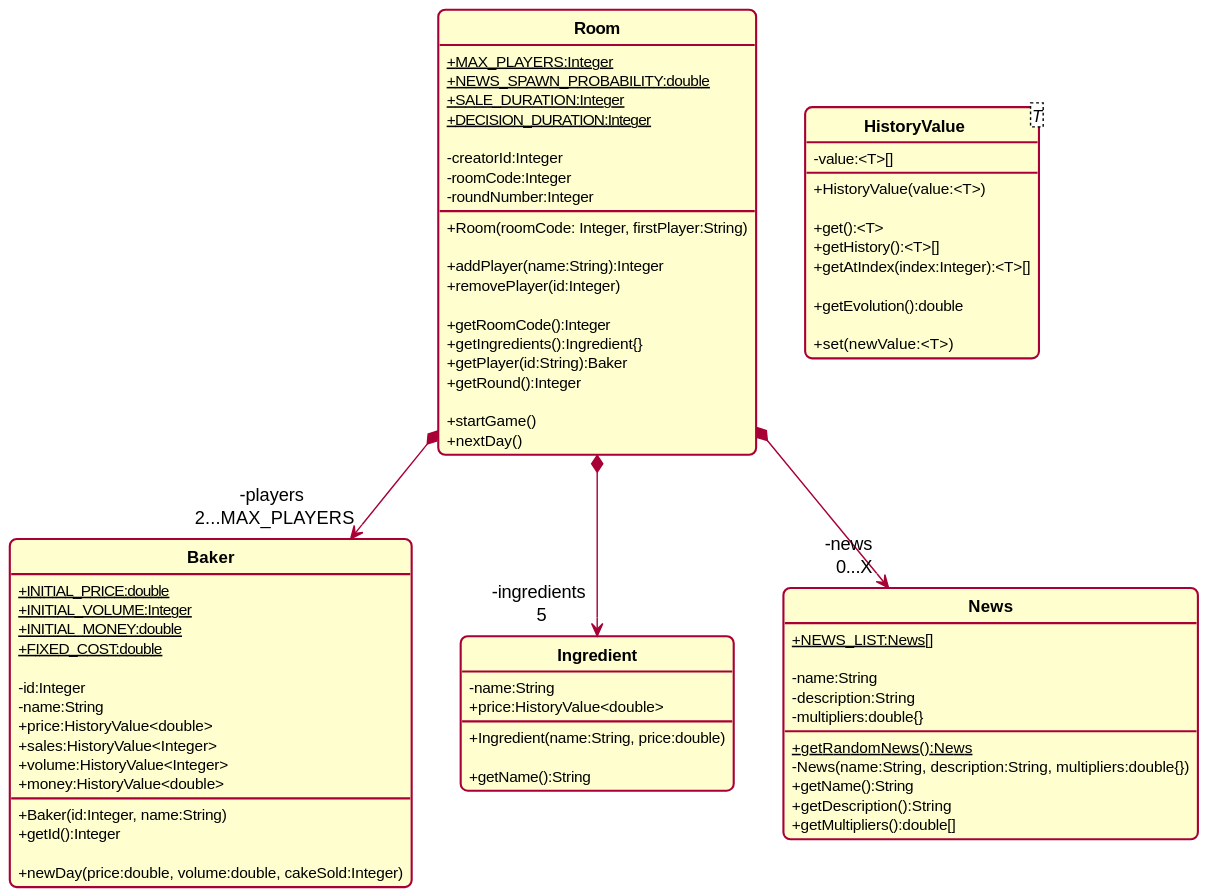
Before: diagrammeDeClasse.svg, a diagram exported from PlantUML (Les-Scrums-Masters/CakeIt).
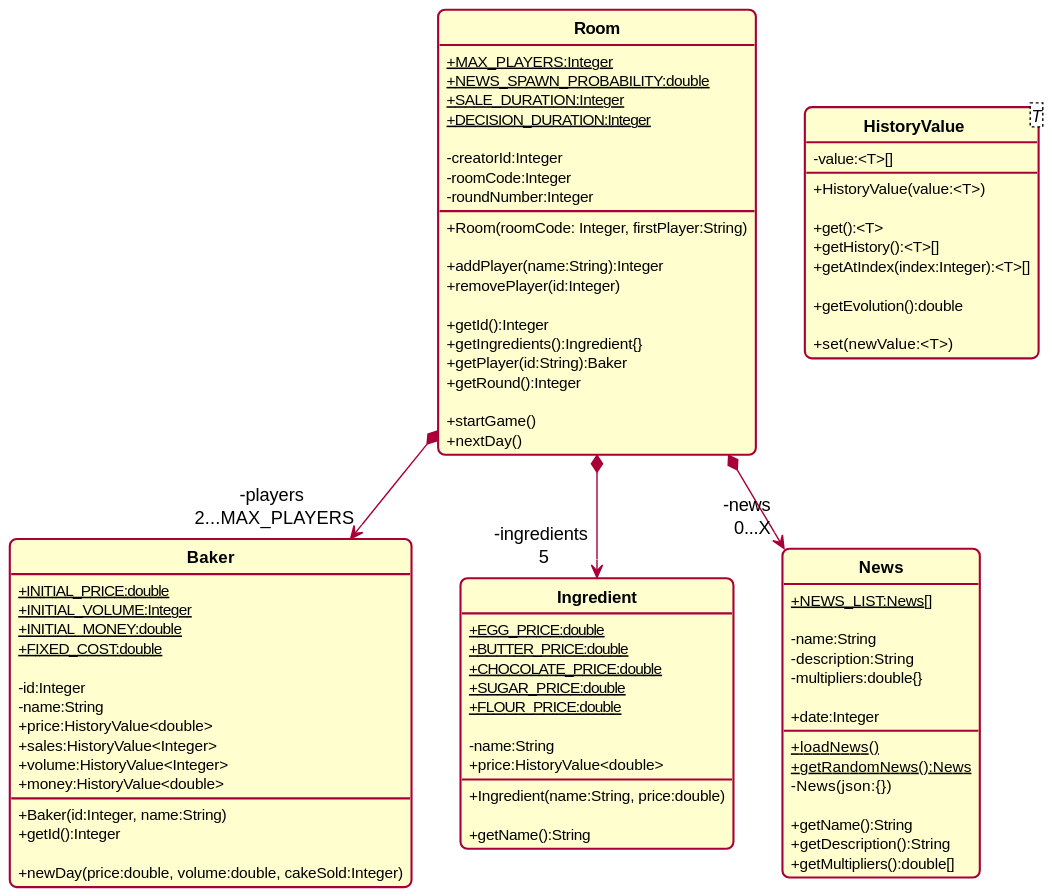
After the commit.

Commit message:
[UML] Added initial ingredient prices

What changed in the source:
```diff
@@ -21,7 +21,7 @@
     + addPlayer(name:String):Integer
     + removePlayer(id:Integer)
 
-    + getRoomCode():Integer
+    + getId():Integer
     + getIngredients():Ingredient{}
     + getPlayer(id:String):Baker
     + getRound():Integer
@@ -58,6 +58,12 @@
 
 class Ingredient {
 
+    + {static}EGG_PRICE:double
+    + {static}BUTTER_PRICE:double
+    + {static}CHOCOLATE_PRICE:double
+    + {static}SUGAR_PRICE:double
+    + {static}FLOUR_PRICE:double
+
     - name:String
     + price:HistoryValue<double>
 
@@ -69,13 +75,16 @@
 class News {
 
     + {static}NEWS_LIST:News[]
+    + {static}loadNews()
     + {static}getRandomNews():News
 
     - name:String
     - description:String
     - multipliers:double{}
 
-    - News(name:String, description:String, multipliers:double{})
+    + date:Integer
+
+    - News(json:{})
 
     + getName():String
     + getDescription():String
```
